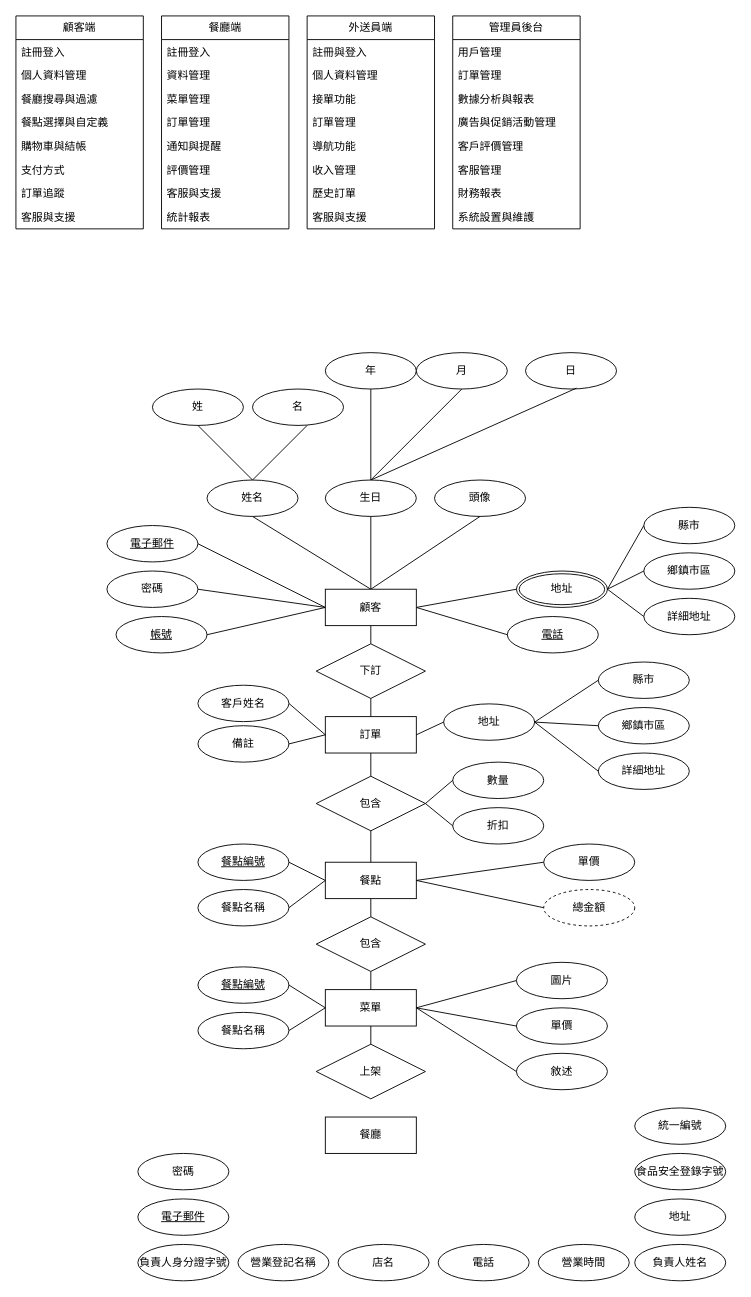
yupm15/project2 keeps this draw.io diagram as page "第 3 页" (3 of 3) of structure.drawio. Above is the earlier version. Source tidied: cells renumbered, new cells numbered last; positions are measured from the earlier drawing's top-left corner, leaving out a move shared by most shapes. Both pictures are drawn from the tidied source at 91%, with x=0, y=0 at pixel (15, 15).
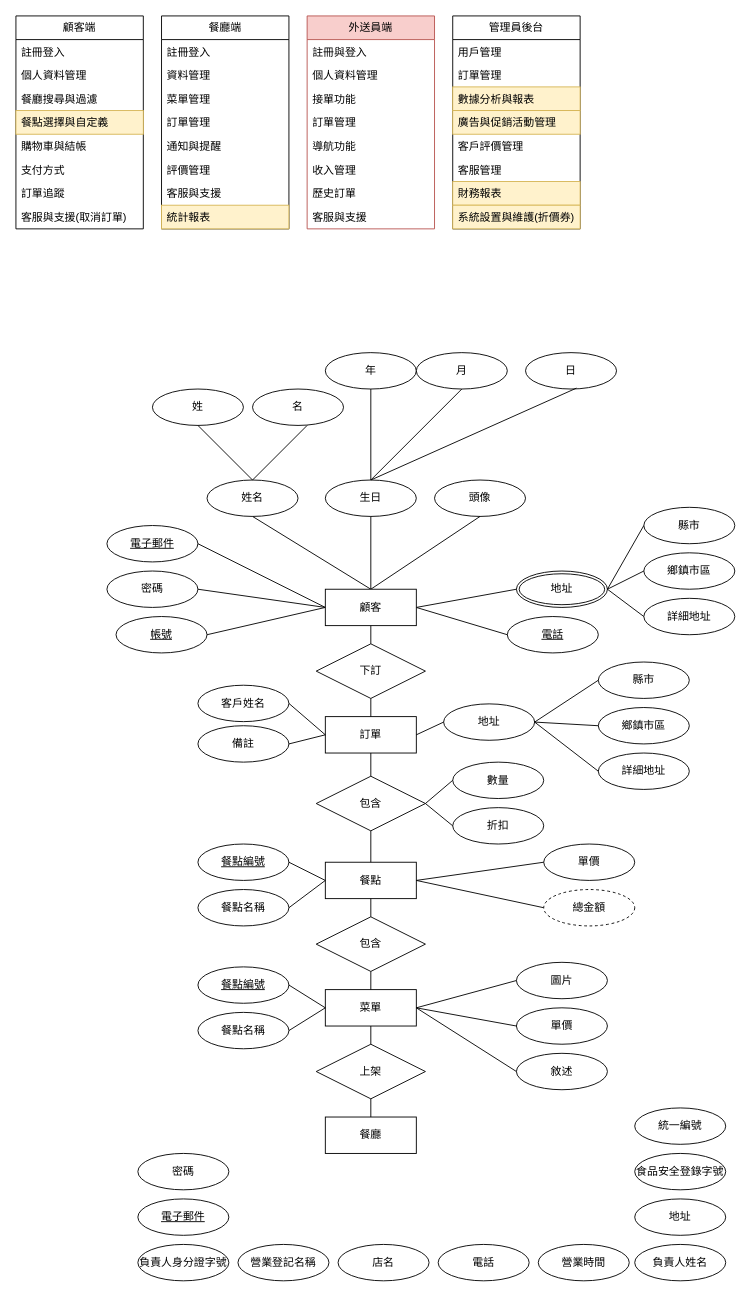
The same page after the edit.

The change refers to these unchanged cells:
```xml
<mxCell id="2" value="顧客端" style="swimlane;fontStyle=0;horizontal=1;startSize=26;fillColor=none;whiteSpace=wrap;html=1;" parent="1" vertex="1">
  <mxGeometry width="140" height="234" as="geometry" />
</mxCell>
<mxCell id="11" value="餐廳端" style="swimlane;fontStyle=0;horizontal=1;startSize=26;fillColor=none;whiteSpace=wrap;html=1;" parent="1" vertex="1">
  <mxGeometry x="160" width="140" height="234" as="geometry" />
</mxCell>
<mxCell id="63" value="上架" style="shape=rhombus;perimeter=rhombusPerimeter;whiteSpace=wrap;html=1;align=center;" parent="1" vertex="1">
  <mxGeometry x="330" y="1130" width="120" height="60" as="geometry" />
</mxCell>
<mxCell id="64" value="餐廳" style="whiteSpace=wrap;html=1;align=center;" parent="1" vertex="1">
  <mxGeometry x="340" y="1210" width="100" height="40" as="geometry" />
</mxCell>
```

Change to the diagram source:
```diff
@@
-    <mxCell id="4" value="個人資料管理" style="text;strokeColor=none;fillColor=none;align=left;verticalAlign=top;spacingLeft=4;spacingRight=4;overflow=hidden;whiteSpace=wrap;html=1;" parent="2" vertex="1">
+    <mxCell id="4" value="個人資料管理" style="text;align=left;verticalAlign=top;spacingLeft=4;spacingRight=4;overflow=hidden;whiteSpace=wrap;html=1;" parent="2" vertex="1">
       <mxGeometry y="52" width="140" height="26" as="geometry" />
     </mxCell>
@@
-    <mxCell id="6" value="餐點選擇與自定義" style="text;strokeColor=none;fillColor=none;align=left;verticalAlign=top;spacingLeft=4;spacingRight=4;overflow=hidden;whiteSpace=wrap;html=1;" parent="2" vertex="1">
+    <mxCell id="6" value="餐點選擇與自定義" style="text;align=left;verticalAlign=top;spacingLeft=4;spacingRight=4;overflow=hidden;whiteSpace=wrap;html=1;fillColor=#fff2cc;strokeColor=#d6b656;" parent="2" vertex="1">
       <mxGeometry y="104" width="140" height="26" as="geometry" />
     </mxCell>
@@
-    <mxCell id="10" value="客服與支援" style="text;strokeColor=none;fillColor=none;align=left;verticalAlign=top;spacingLeft=4;spacingRight=4;overflow=hidden;whiteSpace=wrap;html=1;" parent="2" vertex="1">
+    <mxCell id="10" value="客服與支援(取消訂單)" style="text;strokeColor=none;fillColor=none;align=left;verticalAlign=top;spacingLeft=4;spacingRight=4;overflow=hidden;whiteSpace=wrap;html=1;" parent="2" vertex="1">
       <mxGeometry y="208" width="140" height="26" as="geometry" />
     </mxCell>
@@
-    <mxCell id="19" value="統計報表" style="text;strokeColor=none;fillColor=none;align=left;verticalAlign=top;spacingLeft=4;spacingRight=4;overflow=hidden;whiteSpace=wrap;html=1;" parent="11" vertex="1">
+    <mxCell id="19" value="統計報表" style="text;strokeColor=#d6b656;fillColor=#fff2cc;align=left;verticalAlign=top;spacingLeft=4;spacingRight=4;overflow=hidden;whiteSpace=wrap;html=1;" parent="11" vertex="1">
       <mxGeometry y="208" width="140" height="26" as="geometry" />
     </mxCell>
-    <mxCell id="20" value="外送員端" style="swimlane;fontStyle=0;horizontal=1;startSize=26;fillColor=none;whiteSpace=wrap;html=1;" parent="1" vertex="1">
+    <mxCell id="20" value="外送員端" style="swimlane;fontStyle=0;horizontal=1;startSize=26;fillColor=#f8cecc;whiteSpace=wrap;html=1;strokeColor=#b85450;" parent="1" vertex="1">
       <mxGeometry x="320" width="140" height="234" as="geometry" />
     </mxCell>
@@
-    <mxCell id="29" value="管理員後台" style="swimlane;fontStyle=0;horizontal=1;startSize=26;fillColor=none;whiteSpace=wrap;html=1;" parent="1" vertex="1">
+    <mxCell id="29" value="管理員後台" style="swimlane;fontStyle=0;horizontal=1;startSize=26;whiteSpace=wrap;html=1;" parent="1" vertex="1">
       <mxGeometry x="480" width="140" height="234" as="geometry" />
     </mxCell>
@@
-    <mxCell id="32" value="數據分析與報表" style="text;strokeColor=none;fillColor=none;align=left;verticalAlign=top;spacingLeft=4;spacingRight=4;overflow=hidden;whiteSpace=wrap;html=1;" parent="29" vertex="1">
+    <mxCell id="32" value="數據分析與報表" style="text;strokeColor=#d6b656;fillColor=#fff2cc;align=left;verticalAlign=top;spacingLeft=4;spacingRight=4;overflow=hidden;whiteSpace=wrap;html=1;" parent="29" vertex="1">
       <mxGeometry y="78" width="140" height="26" as="geometry" />
     </mxCell>
-    <mxCell id="33" value="廣告與促銷活動管理" style="text;strokeColor=none;fillColor=none;align=left;verticalAlign=top;spacingLeft=4;spacingRight=4;overflow=hidden;whiteSpace=wrap;html=1;" parent="29" vertex="1">
+    <mxCell id="33" value="廣告與促銷活動管理" style="text;align=left;verticalAlign=top;spacingLeft=4;spacingRight=4;overflow=hidden;whiteSpace=wrap;html=1;fillColor=#fff2cc;strokeColor=#d6b656;" parent="29" vertex="1">
       <mxGeometry y="104" width="140" height="26" as="geometry" />
     </mxCell>
@@
-    <mxCell id="36" value="財務報表" style="text;strokeColor=none;fillColor=none;align=left;verticalAlign=top;spacingLeft=4;spacingRight=4;overflow=hidden;whiteSpace=wrap;html=1;" parent="29" vertex="1">
+    <mxCell id="36" value="財務報表" style="text;strokeColor=#d6b656;fillColor=#fff2cc;align=left;verticalAlign=top;spacingLeft=4;spacingRight=4;overflow=hidden;whiteSpace=wrap;html=1;" parent="29" vertex="1">
       <mxGeometry y="182" width="140" height="26" as="geometry" />
     </mxCell>
-    <mxCell id="37" value="系統設置與維護" style="text;strokeColor=none;fillColor=none;align=left;verticalAlign=top;spacingLeft=4;spacingRight=4;overflow=hidden;whiteSpace=wrap;html=1;" parent="29" vertex="1">
+    <mxCell id="37" value="系統設置與維護(折價券)" style="text;strokeColor=#d6b656;fillColor=#fff2cc;align=left;verticalAlign=top;spacingLeft=4;spacingRight=4;overflow=hidden;whiteSpace=wrap;html=1;" parent="29" vertex="1">
       <mxGeometry y="208" width="140" height="26" as="geometry" />
     </mxCell>
@@
+    <mxCell id="132" style="endArrow=none;html=1;rounded=0;entryX=0.5;entryY=0;entryDx=0;entryDy=0;" parent="1" edge="1" source="63" target="64">
+      <mxGeometry relative="1" as="geometry" />
+    </mxCell>
```
